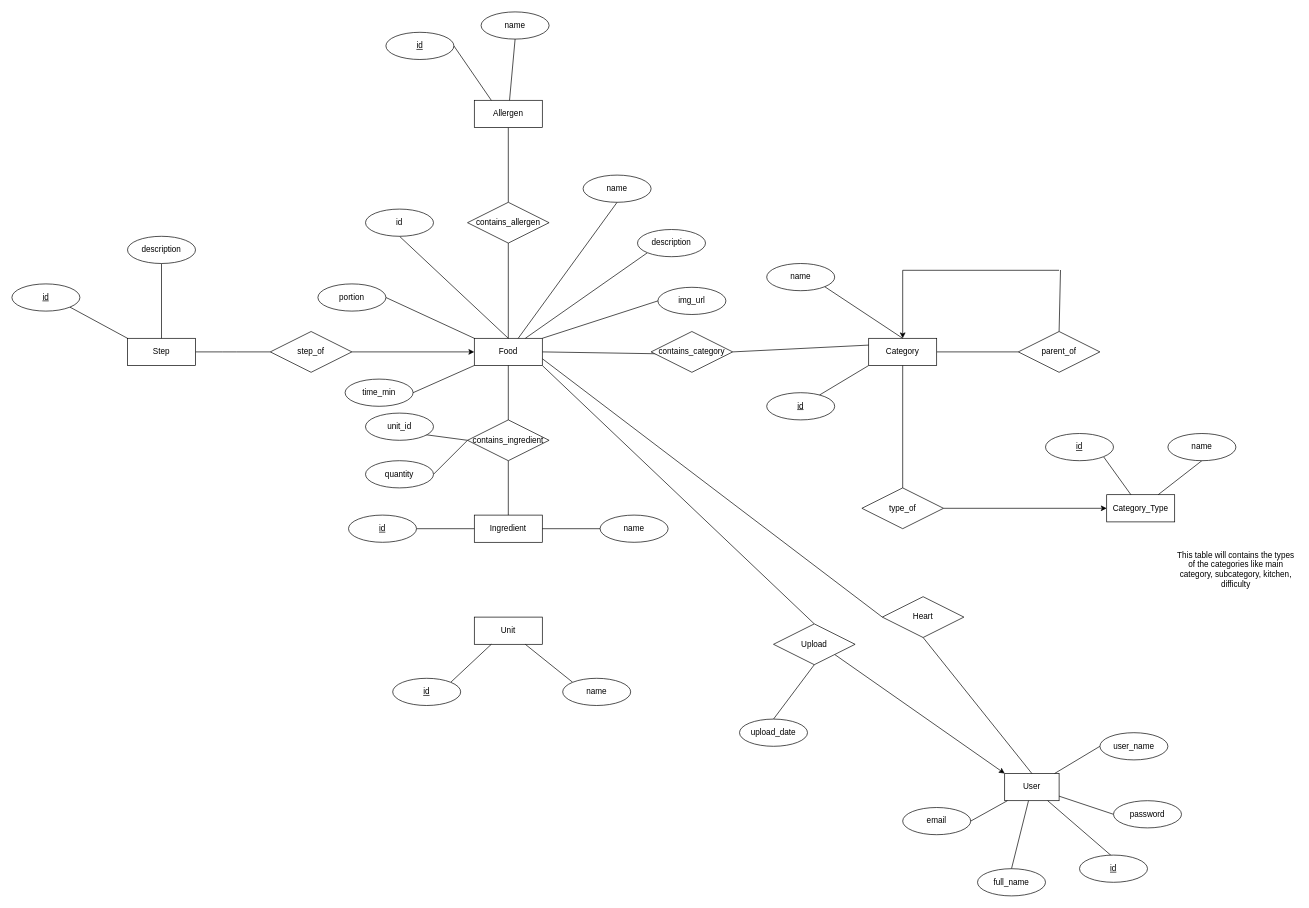
Before: docs/diagram/er-diagram.drawio in KT1M1/Project, a draw.io diagram. Source tidied: cells renumbered, new cells numbered last; positions are measured from the earlier drawing's top-left corner, leaving out a move shared by most shapes. Both pictures are drawn from the tidied source at 68%, with x=0, y=0 at pixel (12, 12).
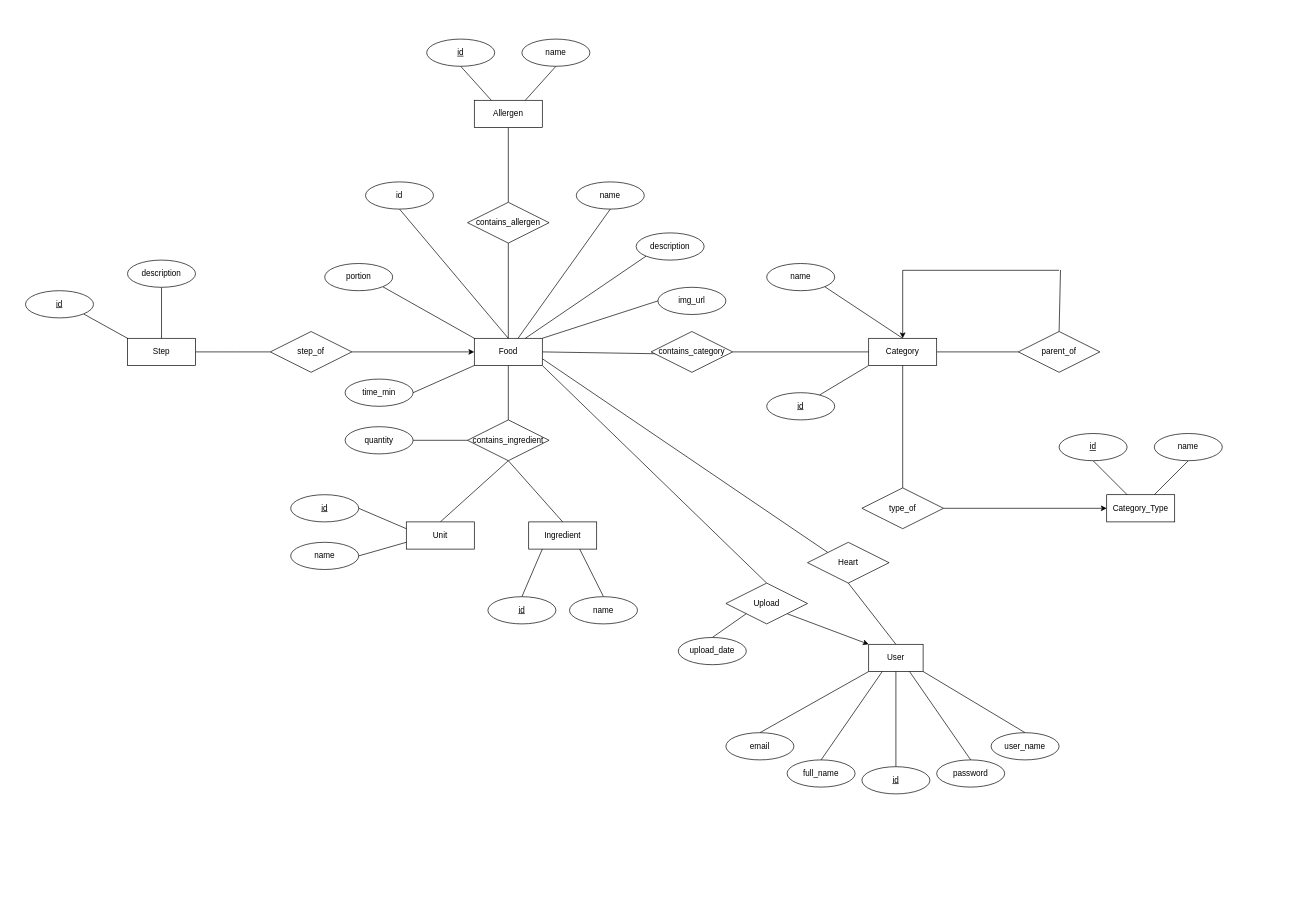
The same page after the edit.

Unchanged cells that the change refers to:
```xml
<mxCell id="23" value="Food" style="whiteSpace=wrap;html=1;align=center;" parent="1" vertex="1">
  <mxGeometry x="680" y="480" width="100" height="40" as="geometry" />
</mxCell>
<mxCell id="32" value="Category" style="whiteSpace=wrap;html=1;align=center;" parent="1" vertex="1">
  <mxGeometry x="1260" y="480" width="100" height="40" as="geometry" />
</mxCell>
<mxCell id="43" value="Category_Type" style="whiteSpace=wrap;html=1;align=center;" parent="1" vertex="1">
  <mxGeometry x="1610" y="710" width="100" height="40" as="geometry" />
</mxCell>
<mxCell id="54" value="Allergen" style="whiteSpace=wrap;html=1;align=center;" parent="1" vertex="1">
  <mxGeometry x="680" y="130" width="100" height="40" as="geometry" />
</mxCell>
<mxCell id="68" value="contains_ingredient" style="shape=rhombus;perimeter=rhombusPerimeter;whiteSpace=wrap;html=1;align=center;" parent="1" vertex="1">
  <mxGeometry x="670" y="600" width="120" height="60" as="geometry" />
</mxCell>
<mxCell id="85" value="contains_category" style="shape=rhombus;perimeter=rhombusPerimeter;whiteSpace=wrap;html=1;align=center;" parent="1" vertex="1">
  <mxGeometry x="940" y="470" width="120" height="60" as="geometry" />
</mxCell>
```

Diff of the diagram source:
```diff
@@
-    <mxCell id="2" style="edgeStyle=none;html=1;entryX=0;entryY=0.5;entryDx=0;entryDy=0;endArrow=none;endFill=0;startArrow=none;startFill=0;exitX=1;exitY=0.75;exitDx=0;exitDy=0;" parent="1" edge="1" source="23" target="18">
+    <mxCell id="2" style="edgeStyle=none;html=1;entryX=0;entryY=0;entryDx=0;entryDy=0;endArrow=none;endFill=0;startArrow=none;startFill=0;exitX=1;exitY=0.75;exitDx=0;exitDy=0;" parent="1" edge="1" source="23" target="18">
       <mxGeometry relative="1" as="geometry" />
     </mxCell>
     <mxCell id="3" value="User" style="whiteSpace=wrap;html=1;align=center;" parent="1" vertex="1">
-      <mxGeometry x="1460" y="1120" width="80" height="40" as="geometry" />
+      <mxGeometry x="1260" y="930" width="80" height="40" as="geometry" />
     </mxCell>
-    <mxCell id="4" style="edgeStyle=none;html=1;exitX=1;exitY=1;exitDx=0;exitDy=0;endArrow=none;endFill=0;" parent="1" edge="1" source="5" target="3">
+    <mxCell id="4" style="edgeStyle=none;html=1;exitX=0.5;exitY=0;exitDx=0;exitDy=0;endArrow=none;endFill=0;entryX=0.5;entryY=1;entryDx=0;entryDy=0;" parent="1" edge="1" source="5" target="3">
       <mxGeometry relative="1" as="geometry" />
     </mxCell>
     <mxCell id="5" value="id" style="ellipse;whiteSpace=wrap;html=1;align=center;fontStyle=4;" parent="1" vertex="1">
-      <mxGeometry x="1570" y="1240" width="100" height="40" as="geometry" />
+      <mxGeometry x="1250" y="1110" width="100" height="40" as="geometry" />
     </mxCell>
-    <mxCell id="6" style="edgeStyle=none;html=1;exitX=0;exitY=0.5;exitDx=0;exitDy=0;endArrow=none;endFill=0;" parent="1" edge="1" source="7" target="3">
+    <mxCell id="6" style="edgeStyle=none;html=1;exitX=0.5;exitY=0;exitDx=0;exitDy=0;endArrow=none;endFill=0;entryX=1;entryY=1;entryDx=0;entryDy=0;" parent="1" edge="1" source="7" target="3">
       <mxGeometry relative="1" as="geometry" />
     </mxCell>
     <mxCell id="7" value="user_name" style="ellipse;whiteSpace=wrap;html=1;align=center;" parent="1" vertex="1">
-      <mxGeometry x="1600" y="1060" width="100" height="40" as="geometry" />
+      <mxGeometry x="1440" y="1060" width="100" height="40" as="geometry" />
     </mxCell>
-    <mxCell id="8" style="edgeStyle=none;html=1;exitX=0;exitY=0.5;exitDx=0;exitDy=0;endArrow=none;endFill=0;" parent="1" edge="1" source="9" target="3">
+    <mxCell id="8" style="edgeStyle=none;html=1;exitX=0.5;exitY=0;exitDx=0;exitDy=0;endArrow=none;endFill=0;entryX=0.75;entryY=1;entryDx=0;entryDy=0;" parent="1" edge="1" source="9" target="3">
       <mxGeometry relative="1" as="geometry" />
     </mxCell>
     <mxCell id="9" value="password" style="ellipse;whiteSpace=wrap;html=1;align=center;" parent="1" vertex="1">
-      <mxGeometry x="1620" y="1160" width="100" height="40" as="geometry" />
+      <mxGeometry x="1360" y="1100" width="100" height="40" as="geometry" />
     </mxCell>
-    <mxCell id="10" style="edgeStyle=none;html=1;exitX=0.5;exitY=0;exitDx=0;exitDy=0;endArrow=none;endFill=0;" parent="1" edge="1" source="11" target="3">
+    <mxCell id="10" style="edgeStyle=none;html=1;exitX=0.5;exitY=0;exitDx=0;exitDy=0;endArrow=none;endFill=0;entryX=0.25;entryY=1;entryDx=0;entryDy=0;" parent="1" edge="1" source="11" target="3">
       <mxGeometry relative="1" as="geometry" />
     </mxCell>
     <mxCell id="11" value="full_name" style="ellipse;whiteSpace=wrap;html=1;align=center;" parent="1" vertex="1">
-      <mxGeometry x="1420" y="1260" width="100" height="40" as="geometry" />
+      <mxGeometry x="1140" y="1100" width="100" height="40" as="geometry" />
     </mxCell>
-    <mxCell id="12" style="edgeStyle=none;html=1;exitX=1;exitY=0.5;exitDx=0;exitDy=0;endArrow=none;endFill=0;" parent="1" edge="1" source="13" target="3">
+    <mxCell id="12" style="edgeStyle=none;html=1;exitX=0.5;exitY=0;exitDx=0;exitDy=0;endArrow=none;endFill=0;entryX=0;entryY=1;entryDx=0;entryDy=0;" parent="1" edge="1" source="13" target="3">
       <mxGeometry relative="1" as="geometry" />
     </mxCell>
     <mxCell id="13" value="email" style="ellipse;whiteSpace=wrap;html=1;align=center;" parent="1" vertex="1">
-      <mxGeometry x="1310" y="1170" width="100" height="40" as="geometry" />
+      <mxGeometry x="1050" y="1060" width="100" height="40" as="geometry" />
     </mxCell>
@@
     <mxCell id="16" value="Upload" style="shape=rhombus;perimeter=rhombusPerimeter;whiteSpace=wrap;html=1;align=center;" parent="1" vertex="1">
-      <mxGeometry x="1120" y="900" width="120" height="60" as="geometry" />
+      <mxGeometry x="1050" y="840" width="120" height="60" as="geometry" />
     </mxCell>
@@
     <mxCell id="18" value="Heart" style="shape=rhombus;perimeter=rhombusPerimeter;whiteSpace=wrap;html=1;align=center;" parent="1" vertex="1">
-      <mxGeometry x="1280" y="860" width="120" height="60" as="geometry" />
+      <mxGeometry x="1170" y="780" width="120" height="60" as="geometry" />
     </mxCell>
-    <mxCell id="19" style="edgeStyle=none;html=1;exitX=0.5;exitY=0;exitDx=0;exitDy=0;startArrow=none;startFill=0;endArrow=none;endFill=0;entryX=0.5;entryY=1;entryDx=0;entryDy=0;" parent="1" edge="1" source="20" target="16">
+    <mxCell id="19" style="edgeStyle=none;html=1;exitX=0.5;exitY=0;exitDx=0;exitDy=0;startArrow=none;startFill=0;endArrow=none;endFill=0;entryX=0;entryY=1;entryDx=0;entryDy=0;" parent="1" edge="1" source="20" target="16">
       <mxGeometry relative="1" as="geometry" />
     </mxCell>
     <mxCell id="20" value="upload_date" style="ellipse;whiteSpace=wrap;html=1;align=center;" parent="1" vertex="1">
-      <mxGeometry x="1070" y="1040" width="100" height="40" as="geometry" />
+      <mxGeometry x="980" y="920" width="100" height="40" as="geometry" />
     </mxCell>
@@
     <mxCell id="25" value="name" style="ellipse;whiteSpace=wrap;html=1;align=center;" parent="1" vertex="1">
-      <mxGeometry x="840" y="240" width="100" height="40" as="geometry" />
+      <mxGeometry x="830" y="250" width="100" height="40" as="geometry" />
     </mxCell>
@@
     <mxCell id="27" value="id" style="ellipse;whiteSpace=wrap;html=1;align=center;" parent="1" vertex="1">
-      <mxGeometry x="520" y="290" width="100" height="40" as="geometry" />
+      <mxGeometry x="520" y="250" width="100" height="40" as="geometry" />
     </mxCell>
@@
     <mxCell id="29" value="description" style="ellipse;whiteSpace=wrap;html=1;align=center;" parent="1" vertex="1">
-      <mxGeometry x="920" y="320" width="100" height="40" as="geometry" />
+      <mxGeometry x="918" y="325" width="100" height="40" as="geometry" />
     </mxCell>
@@
-    <mxCell id="38" style="edgeStyle=none;html=1;exitX=1;exitY=0.5;exitDx=0;exitDy=0;entryX=0;entryY=0;entryDx=0;entryDy=0;endArrow=none;endFill=0;" parent="1" edge="1" source="39" target="23">
+    <mxCell id="38" style="edgeStyle=none;html=1;exitX=1;exitY=1;exitDx=0;exitDy=0;entryX=0;entryY=0;entryDx=0;entryDy=0;endArrow=none;endFill=0;" parent="1" edge="1" source="39" target="23">
       <mxGeometry relative="1" as="geometry" />
     </mxCell>
     <mxCell id="39" value="portion" style="ellipse;whiteSpace=wrap;html=1;align=center;" parent="1" vertex="1">
-      <mxGeometry x="450" y="400" width="100" height="40" as="geometry" />
+      <mxGeometry x="460" y="370" width="100" height="40" as="geometry" />
     </mxCell>
@@
-    <mxCell id="44" style="edgeStyle=none;html=1;exitX=1;exitY=1;exitDx=0;exitDy=0;endArrow=none;endFill=0;" parent="1" edge="1" source="45" target="43">
+    <mxCell id="44" style="edgeStyle=none;html=1;exitX=0.5;exitY=1;exitDx=0;exitDy=0;endArrow=none;endFill=0;" parent="1" edge="1" source="45" target="43">
       <mxGeometry relative="1" as="geometry" />
     </mxCell>
     <mxCell id="45" value="id" style="ellipse;whiteSpace=wrap;html=1;align=center;fontStyle=4;" parent="1" vertex="1">
-      <mxGeometry x="1520" y="620" width="100" height="40" as="geometry" />
+      <mxGeometry x="1540" y="620" width="100" height="40" as="geometry" />
     </mxCell>
@@
     <mxCell id="47" value="name" style="ellipse;whiteSpace=wrap;html=1;align=center;" parent="1" vertex="1">
-      <mxGeometry x="1700" y="620" width="100" height="40" as="geometry" />
+      <mxGeometry x="1680" y="620" width="100" height="40" as="geometry" />
     </mxCell>
@@
-    <mxCell id="55" style="edgeStyle=none;html=1;exitX=1;exitY=0.5;exitDx=0;exitDy=0;entryX=0.25;entryY=0;entryDx=0;entryDy=0;startArrow=none;startFill=0;endArrow=none;endFill=0;" parent="1" edge="1" source="56" target="54">
+    <mxCell id="55" style="edgeStyle=none;html=1;exitX=0.5;exitY=1;exitDx=0;exitDy=0;entryX=0.25;entryY=0;entryDx=0;entryDy=0;startArrow=none;startFill=0;endArrow=none;endFill=0;" parent="1" edge="1" source="56" target="54">
       <mxGeometry relative="1" as="geometry" />
     </mxCell>
     <mxCell id="56" value="id" style="ellipse;whiteSpace=wrap;html=1;align=center;fontStyle=4;" parent="1" vertex="1">
-      <mxGeometry x="550" y="30" width="100" height="40" as="geometry" />
+      <mxGeometry x="610" y="40" width="100" height="40" as="geometry" />
     </mxCell>
-    <mxCell id="57" style="edgeStyle=none;html=1;exitX=0.5;exitY=1;exitDx=0;exitDy=0;startArrow=none;startFill=0;endArrow=none;endFill=0;" parent="1" edge="1" source="58" target="54">
+    <mxCell id="57" style="edgeStyle=none;html=1;exitX=0.5;exitY=1;exitDx=0;exitDy=0;startArrow=none;startFill=0;endArrow=none;endFill=0;entryX=0.75;entryY=0;entryDx=0;entryDy=0;" parent="1" edge="1" source="58" target="54">
       <mxGeometry relative="1" as="geometry" />
     </mxCell>
     <mxCell id="58" value="name" style="ellipse;whiteSpace=wrap;html=1;align=center;" parent="1" vertex="1">
-      <mxGeometry x="690" width="100" height="40" as="geometry" />
+      <mxGeometry x="750" y="40" width="100" height="40" as="geometry" />
     </mxCell>
     <mxCell id="59" value="Ingredient" style="whiteSpace=wrap;html=1;align=center;" parent="1" vertex="1">
-      <mxGeometry x="680" y="740" width="100" height="40" as="geometry" />
+      <mxGeometry x="760" y="750" width="100" height="40" as="geometry" />
     </mxCell>
-    <mxCell id="60" style="edgeStyle=none;html=1;exitX=1;exitY=0.5;exitDx=0;exitDy=0;entryX=0;entryY=0.5;entryDx=0;entryDy=0;startArrow=none;startFill=0;endArrow=none;endFill=0;" parent="1" edge="1" source="61" target="59">
-      <mxGeometry relative="1" as="geometry" />
+    <mxCell id="60" style="edgeStyle=none;html=1;exitX=0.5;exitY=0;exitDx=0;exitDy=0;startArrow=none;startFill=0;endArrow=none;endFill=0;" parent="1" edge="1" source="61">
+      <mxGeometry relative="1" as="geometry">
+        <mxPoint x="780" y="790" as="targetPoint" />
+      </mxGeometry>
     </mxCell>
     <mxCell id="61" value="id" style="ellipse;whiteSpace=wrap;html=1;align=center;fontStyle=4;" parent="1" vertex="1">
-      <mxGeometry x="495" y="740" width="100" height="40" as="geometry" />
+      <mxGeometry x="700" y="860" width="100" height="40" as="geometry" />
     </mxCell>
-    <mxCell id="62" style="edgeStyle=none;html=1;exitX=0;exitY=0.5;exitDx=0;exitDy=0;entryX=1;entryY=0.5;entryDx=0;entryDy=0;startArrow=none;startFill=0;endArrow=none;endFill=0;" parent="1" edge="1" source="63" target="59">
+    <mxCell id="62" style="edgeStyle=none;html=1;exitX=0.5;exitY=0;exitDx=0;exitDy=0;entryX=0.75;entryY=1;entryDx=0;entryDy=0;startArrow=none;startFill=0;endArrow=none;endFill=0;" parent="1" edge="1" source="63" target="59">
       <mxGeometry relative="1" as="geometry" />
     </mxCell>
     <mxCell id="63" value="name" style="ellipse;whiteSpace=wrap;html=1;align=center;" parent="1" vertex="1">
-      <mxGeometry x="865" y="740" width="100" height="40" as="geometry" />
+      <mxGeometry x="820" y="860" width="100" height="40" as="geometry" />
     </mxCell>
@@
-    <mxCell id="67" style="edgeStyle=none;html=1;exitX=0;exitY=0.5;exitDx=0;exitDy=0;entryX=0;entryY=0.5;entryDx=0;entryDy=0;startArrow=none;startFill=0;endArrow=none;endFill=0;" parent="1" edge="1" source="68" target="70">
-      <mxGeometry relative="1" as="geometry" />
-    </mxCell>
@@
     <mxCell id="69" value="quantity" style="ellipse;whiteSpace=wrap;html=1;align=center;" parent="1" vertex="1">
-      <mxGeometry x="520" y="660" width="100" height="40" as="geometry" />
+      <mxGeometry x="490" y="610" width="100" height="40" as="geometry" />
     </mxCell>
-    <mxCell id="70" value="unit_id" style="ellipse;whiteSpace=wrap;html=1;align=center;" parent="1" vertex="1">
-      <mxGeometry x="520" y="590" width="100" height="40" as="geometry" />
-    </mxCell>
+    <mxCell id="89" style="edgeStyle=none;html=1;exitX=0.5;exitY=0;exitDx=0;exitDy=0;entryX=0.5;entryY=1;entryDx=0;entryDy=0;endArrow=none;endFill=0;" parent="1" edge="1" source="71" target="68">
+      <mxGeometry relative="1" as="geometry" />
+    </mxCell>
     <mxCell id="71" value="Unit" style="whiteSpace=wrap;html=1;align=center;" parent="1" vertex="1">
-      <mxGeometry x="680" y="890" width="100" height="40" as="geometry" />
+      <mxGeometry x="580" y="750" width="100" height="40" as="geometry" />
     </mxCell>
-    <mxCell id="72" style="edgeStyle=none;html=1;exitX=1;exitY=0;exitDx=0;exitDy=0;entryX=0.25;entryY=1;entryDx=0;entryDy=0;startArrow=none;startFill=0;endArrow=none;endFill=0;" parent="1" edge="1" source="73" target="71">
+    <mxCell id="72" style="edgeStyle=none;html=1;exitX=1;exitY=0.5;exitDx=0;exitDy=0;entryX=0;entryY=0.25;entryDx=0;entryDy=0;startArrow=none;startFill=0;endArrow=none;endFill=0;" parent="1" edge="1" source="73" target="71">
       <mxGeometry relative="1" as="geometry" />
     </mxCell>
     <mxCell id="73" value="id" style="ellipse;whiteSpace=wrap;html=1;align=center;fontStyle=4;" parent="1" vertex="1">
-      <mxGeometry x="560" y="980" width="100" height="40" as="geometry" />
+      <mxGeometry x="410" y="710" width="100" height="40" as="geometry" />
     </mxCell>
-    <mxCell id="74" style="edgeStyle=none;html=1;exitX=0;exitY=0;exitDx=0;exitDy=0;entryX=0.75;entryY=1;entryDx=0;entryDy=0;startArrow=none;startFill=0;endArrow=none;endFill=0;" parent="1" edge="1" source="75" target="71">
+    <mxCell id="74" style="edgeStyle=none;html=1;exitX=1;exitY=0.5;exitDx=0;exitDy=0;entryX=0;entryY=0.75;entryDx=0;entryDy=0;startArrow=none;startFill=0;endArrow=none;endFill=0;" parent="1" edge="1" source="75" target="71">
       <mxGeometry relative="1" as="geometry" />
     </mxCell>
     <mxCell id="75" value="name" style="ellipse;whiteSpace=wrap;html=1;align=center;" parent="1" vertex="1">
-      <mxGeometry x="810" y="980" width="100" height="40" as="geometry" />
+      <mxGeometry x="410" y="780" width="100" height="40" as="geometry" />
     </mxCell>
@@
     <mxCell id="79" value="id" style="ellipse;whiteSpace=wrap;html=1;align=center;fontStyle=4;" parent="1" vertex="1">
-      <mxGeometry y="400" width="100" height="40" as="geometry" />
+      <mxGeometry x="20" y="410" width="100" height="40" as="geometry" />
     </mxCell>
@@
     <mxCell id="81" value="description" style="ellipse;whiteSpace=wrap;html=1;align=center;" parent="1" vertex="1">
-      <mxGeometry x="170" y="330" width="100" height="40" as="geometry" />
+      <mxGeometry x="170" y="365" width="100" height="40" as="geometry" />
     </mxCell>
@@
-    <mxCell id="84" style="edgeStyle=none;html=1;exitX=1;exitY=0.5;exitDx=0;exitDy=0;entryX=0;entryY=0.25;entryDx=0;entryDy=0;startArrow=none;startFill=0;endArrow=none;endFill=0;" parent="1" edge="1" source="85" target="32">
+    <mxCell id="84" style="edgeStyle=none;html=1;exitX=1;exitY=0.5;exitDx=0;exitDy=0;entryX=0;entryY=0.5;entryDx=0;entryDy=0;startArrow=none;startFill=0;endArrow=none;endFill=0;" parent="1" edge="1" source="85" target="32">
       <mxGeometry relative="1" as="geometry" />
     </mxCell>
@@
-    <mxCell id="88" value="This table will contains the types of the categories like main category, subcategory, kitchen, difficulty" style="text;html=1;strokeColor=none;fillColor=none;align=center;verticalAlign=middle;whiteSpace=wrap;rounded=0;" parent="1" vertex="1">
-      <mxGeometry x="1710" y="750" width="180" height="140" as="geometry" />
-    </mxCell>
```
